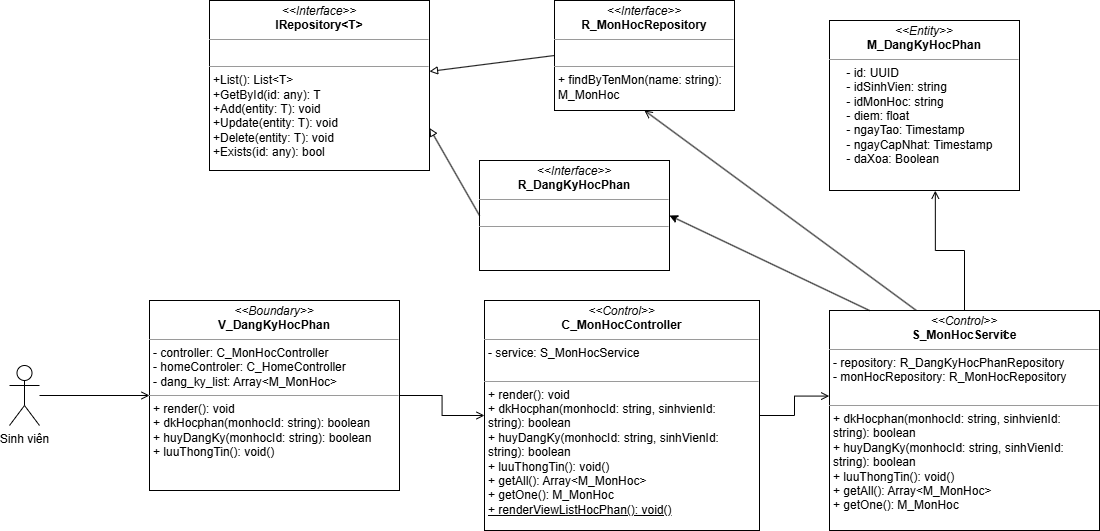
Above: Class Diagram/DK_Hoc_phan/Dang_ky_hoc_phan.drawio.png in imvietcuongfrvietnam/PTTKHT (draw.io), before the change. Source tidied: cells renumbered, new cells last; positions are measured from the earlier drawing's top-left corner, leaving out a move shared by most shapes.
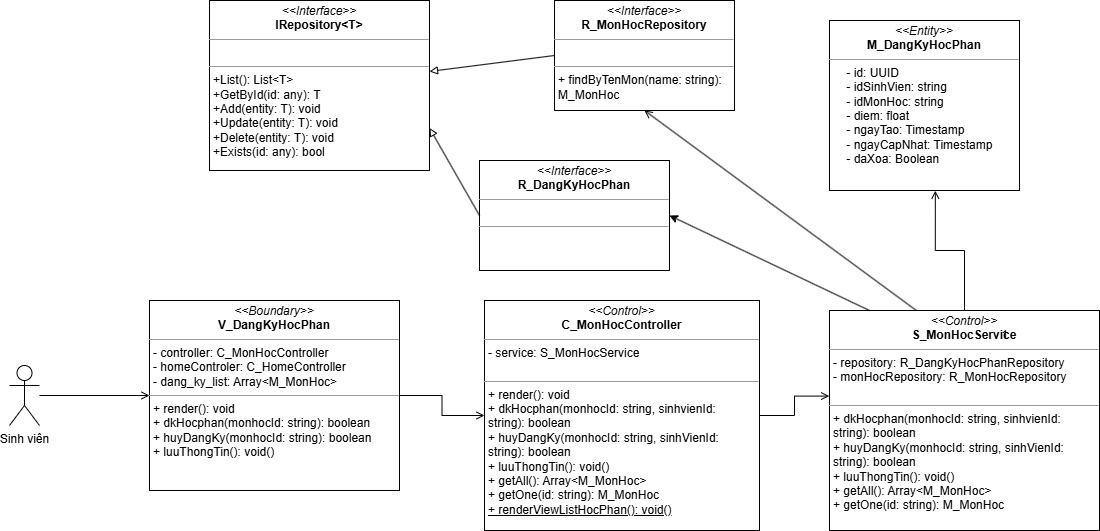
After the commit.

Change to the diagram source:
```diff
@@ -26,7 +26,7 @@
     <mxCell id="9" style="edgeStyle=orthogonalEdgeStyle;rounded=0;jettySize=auto;html=1;endArrow=open;endFill=0;entryX=-0.001;entryY=0.389;entryDx=0;entryDy=0;entryPerimeter=0;" parent="1" edge="1" source="10" target="14">
       <mxGeometry relative="1" as="geometry" />
     </mxCell>
-    <mxCell id="10" value="&lt;p style=&quot;margin:0px;margin-top:4px;text-align:center;&quot;&gt;&lt;i&gt;&amp;lt;&amp;lt;Control&amp;gt;&amp;gt;&lt;/i&gt;&lt;br&gt;&lt;b&gt;C_MonHocController&lt;/b&gt;&lt;/p&gt;&lt;hr size=&quot;1&quot;&gt;&lt;p style=&quot;margin: 0px 0px 0px 4px;&quot;&gt;&lt;span style=&quot;background-color: transparent; color: light-dark(rgb(0, 0, 0), rgb(255, 255, 255));&quot;&gt;- service: S_MonHocService&lt;/span&gt;&lt;/p&gt;&lt;div&gt;&lt;span style=&quot;background-color: transparent; color: light-dark(rgb(0, 0, 0), rgb(255, 255, 255));&quot;&gt;&lt;br&gt;&lt;/span&gt;&lt;/div&gt;&lt;hr size=&quot;1&quot;&gt;&lt;p style=&quot;margin:0px;margin-left:4px;&quot;&gt;+ render(): void&lt;/p&gt;&lt;p style=&quot;margin:0px;margin-left:4px;&quot;&gt;&lt;/p&gt;&lt;p style=&quot;margin: 0px 0px 0px 4px;&quot;&gt;&lt;span style=&quot;background-color: transparent; color: light-dark(rgb(0, 0, 0), rgb(255, 255, 255));&quot;&gt;+ dkHocphan(monhocId: string, sinhvienId:&lt;/span&gt;&lt;/p&gt;&lt;p style=&quot;margin: 0px 0px 0px 4px;&quot;&gt;string): boolean&lt;/p&gt;&lt;p style=&quot;margin: 0px 0px 0px 4px;&quot;&gt;+ huyDangKy(monhocId: string,&amp;nbsp;&lt;span style=&quot;background-color: transparent; color: light-dark(rgb(0, 0, 0), rgb(255, 255, 255));&quot;&gt;sinhVienId:&amp;nbsp;&lt;/span&gt;&lt;/p&gt;&lt;p style=&quot;margin: 0px 0px 0px 4px;&quot;&gt;&lt;span style=&quot;background-color: transparent; color: light-dark(rgb(0, 0, 0), rgb(255, 255, 255));&quot;&gt;string&lt;/span&gt;): boolean&lt;/p&gt;&lt;p style=&quot;margin:0px;margin-left:4px;&quot;&gt;+ luuThongTin(): void()&lt;/p&gt;&lt;p style=&quot;margin:0px;margin-left:4px;&quot;&gt;+ getAll(): Array&amp;lt;M_MonHoc&amp;gt;&lt;/p&gt;&lt;p style=&quot;margin:0px;margin-left:4px;&quot;&gt;+ getOne(): M_MonHoc&lt;/p&gt;&lt;p style=&quot;margin:0px;margin-left:4px;&quot;&gt;&lt;u&gt;+ renderViewListHocPhan(): void()&lt;/u&gt;&lt;/p&gt;" style="verticalAlign=top;align=left;overflow=fill;fontSize=12;fontFamily=Helvetica;html=1;rounded=0;shadow=0;comic=0;labelBackgroundColor=none;strokeWidth=1;" parent="1" vertex="1">
+    <mxCell id="10" value="&lt;p style=&quot;margin:0px;margin-top:4px;text-align:center;&quot;&gt;&lt;i&gt;&amp;lt;&amp;lt;Control&amp;gt;&amp;gt;&lt;/i&gt;&lt;br&gt;&lt;b&gt;C_MonHocController&lt;/b&gt;&lt;/p&gt;&lt;hr size=&quot;1&quot;&gt;&lt;p style=&quot;margin: 0px 0px 0px 4px;&quot;&gt;&lt;span style=&quot;background-color: transparent; color: light-dark(rgb(0, 0, 0), rgb(255, 255, 255));&quot;&gt;- service: S_MonHocService&lt;/span&gt;&lt;/p&gt;&lt;div&gt;&lt;span style=&quot;background-color: transparent; color: light-dark(rgb(0, 0, 0), rgb(255, 255, 255));&quot;&gt;&lt;br&gt;&lt;/span&gt;&lt;/div&gt;&lt;hr size=&quot;1&quot;&gt;&lt;p style=&quot;margin:0px;margin-left:4px;&quot;&gt;+ render(): void&lt;/p&gt;&lt;p style=&quot;margin:0px;margin-left:4px;&quot;&gt;&lt;/p&gt;&lt;p style=&quot;margin: 0px 0px 0px 4px;&quot;&gt;&lt;span style=&quot;background-color: transparent; color: light-dark(rgb(0, 0, 0), rgb(255, 255, 255));&quot;&gt;+ dkHocphan(monhocId: string, sinhvienId:&lt;/span&gt;&lt;/p&gt;&lt;p style=&quot;margin: 0px 0px 0px 4px;&quot;&gt;string): boolean&lt;/p&gt;&lt;p style=&quot;margin: 0px 0px 0px 4px;&quot;&gt;+ huyDangKy(monhocId: string,&amp;nbsp;&lt;span style=&quot;background-color: transparent; color: light-dark(rgb(0, 0, 0), rgb(255, 255, 255));&quot;&gt;sinhVienId:&amp;nbsp;&lt;/span&gt;&lt;/p&gt;&lt;p style=&quot;margin: 0px 0px 0px 4px;&quot;&gt;&lt;span style=&quot;background-color: transparent; color: light-dark(rgb(0, 0, 0), rgb(255, 255, 255));&quot;&gt;string&lt;/span&gt;): boolean&lt;/p&gt;&lt;p style=&quot;margin:0px;margin-left:4px;&quot;&gt;+ luuThongTin(): void()&lt;/p&gt;&lt;p style=&quot;margin:0px;margin-left:4px;&quot;&gt;+ getAll(): Array&amp;lt;M_MonHoc&amp;gt;&lt;/p&gt;&lt;p style=&quot;margin:0px;margin-left:4px;&quot;&gt;+ getOne(id: string): M_MonHoc&lt;/p&gt;&lt;p style=&quot;margin:0px;margin-left:4px;&quot;&gt;&lt;u&gt;+ renderViewListHocPhan(): void()&lt;/u&gt;&lt;/p&gt;" style="verticalAlign=top;align=left;overflow=fill;fontSize=12;fontFamily=Helvetica;html=1;rounded=0;shadow=0;comic=0;labelBackgroundColor=none;strokeWidth=1;" parent="1" vertex="1">
       <mxGeometry x="475" y="300" width="275" height="230" as="geometry" />
     </mxCell>
     <mxCell id="11" value="&lt;p style=&quot;margin:0px;margin-top:4px;text-align:center;&quot;&gt;&lt;i&gt;&amp;lt;&amp;lt;Interface&amp;gt;&amp;gt;&lt;/i&gt;&lt;br&gt;&lt;b&gt;R_MonHocRepository&lt;/b&gt;&lt;/p&gt;&lt;hr size=&quot;1&quot;&gt;&lt;p style=&quot;margin:0px;margin-left:4px;&quot;&gt;&lt;br&gt;&lt;/p&gt;&lt;hr size=&quot;1&quot;&gt;&lt;p style=&quot;margin: 0px 0px 0px 4px;&quot;&gt;+ findByTenMon(name: string):&amp;nbsp;&lt;/p&gt;&lt;p style=&quot;margin: 0px 0px 0px 4px;&quot;&gt;M_MonHoc&lt;/p&gt;" style="verticalAlign=top;align=left;overflow=fill;fontSize=12;fontFamily=Helvetica;html=1;rounded=0;shadow=0;comic=0;labelBackgroundColor=none;strokeWidth=1;" parent="1" vertex="1">
@@ -38,7 +38,7 @@
     <mxCell id="13" value="0..1" style="text;html=1;align=center;verticalAlign=middle;strokeColor=none;fillColor=none;" parent="1" vertex="1">
       <mxGeometry x="900" y="20" width="40" height="30" as="geometry" />
     </mxCell>
-    <mxCell id="14" value="&lt;p style=&quot;margin:0px;margin-top:4px;text-align:center;&quot;&gt;&lt;i&gt;&amp;lt;&amp;lt;Control&amp;gt;&amp;gt;&lt;/i&gt;&lt;br&gt;&lt;b&gt;S_MonHocService&lt;/b&gt;&lt;/p&gt;&lt;hr size=&quot;1&quot;&gt;&lt;p style=&quot;margin: 0px 0px 0px 4px;&quot;&gt;&lt;span style=&quot;background-color: transparent; color: light-dark(rgb(0, 0, 0), rgb(255, 255, 255));&quot;&gt;- repository: R_DangKyHocPhanRepository&lt;/span&gt;&lt;/p&gt;&lt;p style=&quot;margin: 0px 0px 0px 4px;&quot;&gt;&lt;span style=&quot;background-color: transparent; color: light-dark(rgb(0, 0, 0), rgb(255, 255, 255));&quot;&gt;- monHocRepository: R_MonHocRepository&lt;/span&gt;&lt;/p&gt;&lt;div&gt;&lt;br&gt;&lt;/div&gt;&lt;hr size=&quot;1&quot;&gt;&lt;p style=&quot;margin:0px;margin-left:4px;&quot;&gt;&lt;span style=&quot;background-color: transparent; color: light-dark(rgb(0, 0, 0), rgb(255, 255, 255));&quot;&gt;+ dkHocphan(monhocId: string, sinhvienId:&lt;/span&gt;&lt;/p&gt;&lt;p style=&quot;margin:0px;margin-left:4px;&quot;&gt;string): boolean&lt;/p&gt;&lt;p style=&quot;margin:0px;margin-left:4px;&quot;&gt;+ huyDangKy(monhocId: string,&amp;nbsp;&lt;span style=&quot;background-color: transparent; color: light-dark(rgb(0, 0, 0), rgb(255, 255, 255));&quot;&gt;sinhVienId:&amp;nbsp;&lt;/span&gt;&lt;/p&gt;&lt;p style=&quot;margin:0px;margin-left:4px;&quot;&gt;&lt;span style=&quot;background-color: transparent; color: light-dark(rgb(0, 0, 0), rgb(255, 255, 255));&quot;&gt;string&lt;/span&gt;): boolean&lt;/p&gt;&lt;p style=&quot;margin:0px;margin-left:4px;&quot;&gt;+ luuThongTin(): void()&lt;/p&gt;&lt;p style=&quot;margin:0px;margin-left:4px;&quot;&gt;+ getAll(): Array&amp;lt;M_MonHoc&amp;gt;&lt;/p&gt;&lt;p style=&quot;margin:0px;margin-left:4px;&quot;&gt;+ getOne(): M_MonHoc&lt;/p&gt;" style="verticalAlign=top;align=left;overflow=fill;fontSize=12;fontFamily=Helvetica;html=1;rounded=0;shadow=0;comic=0;labelBackgroundColor=none;strokeWidth=1;" parent="1" vertex="1">
+    <mxCell id="14" value="&lt;p style=&quot;margin:0px;margin-top:4px;text-align:center;&quot;&gt;&lt;i&gt;&amp;lt;&amp;lt;Control&amp;gt;&amp;gt;&lt;/i&gt;&lt;br&gt;&lt;b&gt;S_MonHocService&lt;/b&gt;&lt;/p&gt;&lt;hr size=&quot;1&quot;&gt;&lt;p style=&quot;margin: 0px 0px 0px 4px;&quot;&gt;&lt;span style=&quot;background-color: transparent; color: light-dark(rgb(0, 0, 0), rgb(255, 255, 255));&quot;&gt;- repository: R_DangKyHocPhanRepository&lt;/span&gt;&lt;/p&gt;&lt;p style=&quot;margin: 0px 0px 0px 4px;&quot;&gt;&lt;span style=&quot;background-color: transparent; color: light-dark(rgb(0, 0, 0), rgb(255, 255, 255));&quot;&gt;- monHocRepository: R_MonHocRepository&lt;/span&gt;&lt;/p&gt;&lt;div&gt;&lt;br&gt;&lt;/div&gt;&lt;hr size=&quot;1&quot;&gt;&lt;p style=&quot;margin:0px;margin-left:4px;&quot;&gt;&lt;span style=&quot;background-color: transparent; color: light-dark(rgb(0, 0, 0), rgb(255, 255, 255));&quot;&gt;+ dkHocphan(monhocId: string, sinhvienId:&lt;/span&gt;&lt;/p&gt;&lt;p style=&quot;margin:0px;margin-left:4px;&quot;&gt;string): boolean&lt;/p&gt;&lt;p style=&quot;margin:0px;margin-left:4px;&quot;&gt;+ huyDangKy(monhocId: string,&amp;nbsp;&lt;span style=&quot;background-color: transparent; color: light-dark(rgb(0, 0, 0), rgb(255, 255, 255));&quot;&gt;sinhVienId:&amp;nbsp;&lt;/span&gt;&lt;/p&gt;&lt;p style=&quot;margin:0px;margin-left:4px;&quot;&gt;&lt;span style=&quot;background-color: transparent; color: light-dark(rgb(0, 0, 0), rgb(255, 255, 255));&quot;&gt;string&lt;/span&gt;): boolean&lt;/p&gt;&lt;p style=&quot;margin:0px;margin-left:4px;&quot;&gt;+ luuThongTin(): void()&lt;/p&gt;&lt;p style=&quot;margin:0px;margin-left:4px;&quot;&gt;+ getAll(): Array&amp;lt;M_MonHoc&amp;gt;&lt;/p&gt;&lt;p style=&quot;margin:0px;margin-left:4px;&quot;&gt;+ getOne(id: string): M_MonHoc&lt;/p&gt;" style="verticalAlign=top;align=left;overflow=fill;fontSize=12;fontFamily=Helvetica;html=1;rounded=0;shadow=0;comic=0;labelBackgroundColor=none;strokeWidth=1;" parent="1" vertex="1">
       <mxGeometry x="820" y="310" width="270" height="220" as="geometry" />
     </mxCell>
     <mxCell id="15" value="&lt;p style=&quot;margin:0px;margin-top:4px;text-align:center;&quot;&gt;&lt;i&gt;&amp;lt;&amp;lt;Entity&amp;gt;&amp;gt;&lt;/i&gt;&lt;br&gt;&lt;b&gt;M_DangKyHocPhan&lt;/b&gt;&lt;/p&gt;&lt;hr size=&quot;1&quot;&gt;&lt;p style=&quot;margin:0px;margin-left:4px;&quot;&gt;&amp;nbsp; &amp;nbsp; - id: UUID&lt;/p&gt;&lt;p style=&quot;margin:0px;margin-left:4px;&quot;&gt;&amp;nbsp; &amp;nbsp; - idSinhVien: string&lt;/p&gt;&lt;p style=&quot;margin:0px;margin-left:4px;&quot;&gt;&amp;nbsp; &amp;nbsp; - idMonHoc: string&lt;/p&gt;&lt;p style=&quot;margin:0px;margin-left:4px;&quot;&gt;&amp;nbsp; &amp;nbsp; - diem: float&lt;/p&gt;&lt;p style=&quot;margin:0px;margin-left:4px;&quot;&gt;&amp;nbsp; &amp;nbsp; - ngayTao: Timestamp&lt;/p&gt;&lt;p style=&quot;margin:0px;margin-left:4px;&quot;&gt;&amp;nbsp; &amp;nbsp; - ngayCapNhat: Timestamp&lt;/p&gt;&lt;p style=&quot;margin:0px;margin-left:4px;&quot;&gt;&amp;nbsp; &amp;nbsp; - daXoa: Boolean&lt;/p&gt;" style="verticalAlign=top;align=left;overflow=fill;fontSize=12;fontFamily=Helvetica;html=1;rounded=0;shadow=0;comic=0;labelBackgroundColor=none;strokeWidth=1;" parent="1" vertex="1">
```
